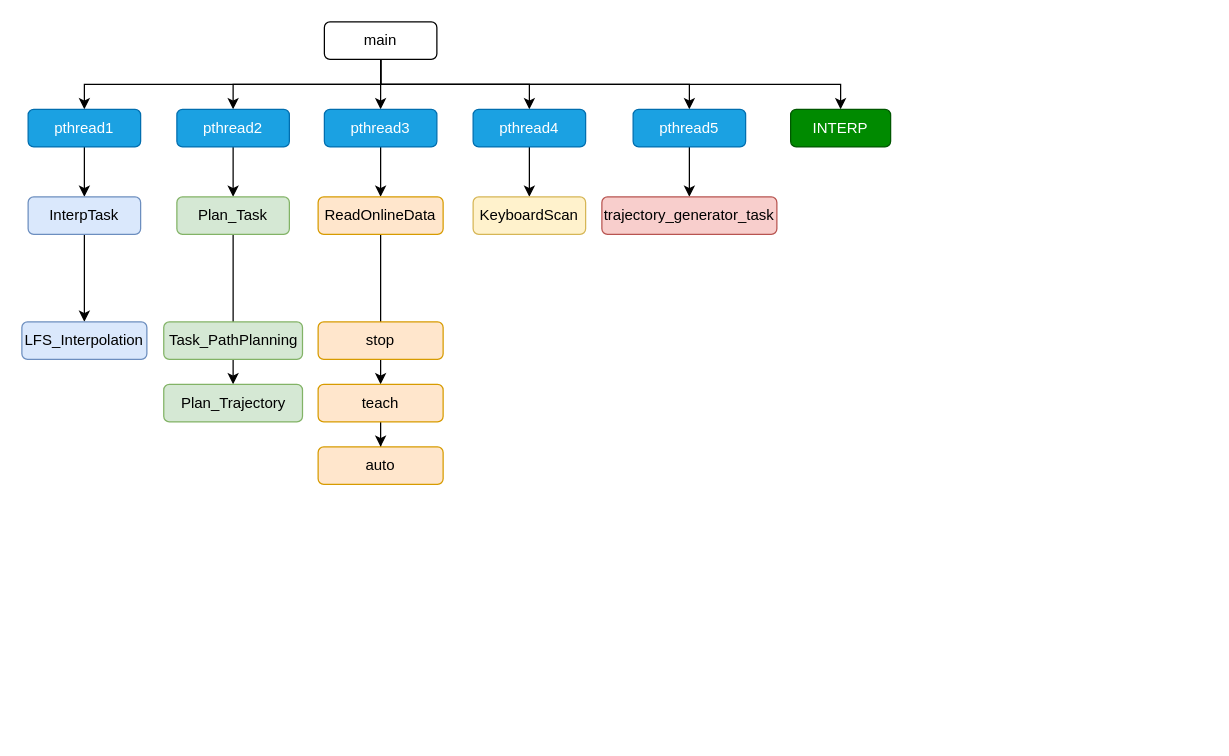
The draw.io diagram AMR  code structure.drawio in yy16808/draoio, before the edit. Source tidied: cells renumbered, new cells numbered last; positions are measured from the earlier drawing's top-left corner, leaving out a move shared by most shapes. Both pictures are drawn from the tidied source at 125%, with x=0, y=0 at pixel (21, 21).
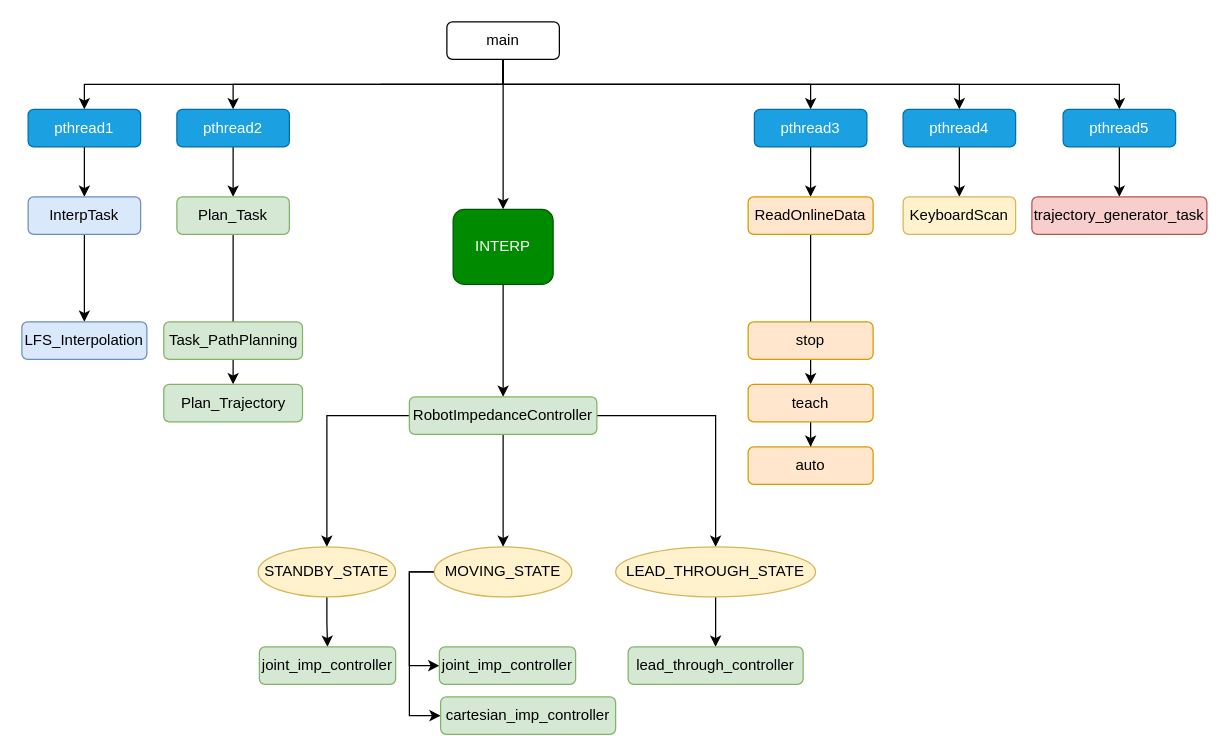
After the change.

Diff of the diagram source:
```diff
@@
     <mxCell id="7" style="edgeStyle=orthogonalEdgeStyle;rounded=0;jettySize=auto;html=1;exitX=0.5;exitY=1;exitDx=0;exitDy=0;entryX=0.5;entryY=0;entryDx=0;entryDy=0;" parent="1" edge="1" source="8" target="34">
       <mxGeometry relative="1" as="geometry">
         <Array as="points">
           <mxPoint x="287" y="50" />
-          <mxPoint x="655" y="50" />
+          <mxPoint x="385" y="50" />
+          <mxPoint x="385" y="70" />
         </Array>
       </mxGeometry>
     </mxCell>
     <mxCell id="8" value="main" style="rounded=1;whiteSpace=wrap;html=1;" parent="1" vertex="1">
-      <mxGeometry x="242" width="90" height="30" as="geometry" />
+      <mxGeometry x="340" width="90" height="30" as="geometry" />
     </mxCell>
@@
     <mxCell id="14" value="pthread3" style="rounded=1;whiteSpace=wrap;html=1;fillColor=#1ba1e2;fontColor=#ffffff;strokeColor=#006EAF;" parent="1" vertex="1">
-      <mxGeometry x="242" y="70" width="90" height="30" as="geometry" />
+      <mxGeometry x="586" y="70" width="90" height="30" as="geometry" />
     </mxCell>
@@
     <mxCell id="16" value="pthread4" style="rounded=1;whiteSpace=wrap;html=1;fillColor=#1ba1e2;fontColor=#ffffff;strokeColor=#006EAF;" parent="1" vertex="1">
-      <mxGeometry x="361" y="70" width="90" height="30" as="geometry" />
+      <mxGeometry x="705" y="70" width="90" height="30" as="geometry" />
     </mxCell>
@@
     <mxCell id="18" value="pthread5" style="rounded=1;whiteSpace=wrap;html=1;fillColor=#1ba1e2;fontColor=#ffffff;strokeColor=#006EAF;" parent="1" vertex="1">
-      <mxGeometry x="489" y="70" width="90" height="30" as="geometry" />
+      <mxGeometry x="833" y="70" width="90" height="30" as="geometry" />
     </mxCell>
@@
     <mxCell id="24" value="ReadOnlineData" style="rounded=1;whiteSpace=wrap;html=1;fillColor=#ffe6cc;strokeColor=#d79b00;" parent="1" vertex="1">
-      <mxGeometry x="237" y="140" width="100" height="30" as="geometry" />
+      <mxGeometry x="581" y="140" width="100" height="30" as="geometry" />
     </mxCell>
     <mxCell id="25" value="KeyboardScan" style="rounded=1;whiteSpace=wrap;html=1;fillColor=#fff2cc;strokeColor=#d6b656;" parent="1" vertex="1">
-      <mxGeometry x="361" y="140" width="90" height="30" as="geometry" />
+      <mxGeometry x="705" y="140" width="90" height="30" as="geometry" />
     </mxCell>
     <mxCell id="26" value="trajectory_generator_task" style="rounded=1;whiteSpace=wrap;html=1;fillColor=#f8cecc;strokeColor=#b85450;" parent="1" vertex="1">
-      <mxGeometry x="464" y="140" width="140" height="30" as="geometry" />
+      <mxGeometry x="808" y="140" width="140" height="30" as="geometry" />
     </mxCell>
@@
     <mxCell id="30" value="stop" style="rounded=1;whiteSpace=wrap;html=1;fillColor=#ffe6cc;strokeColor=#d79b00;" parent="1" vertex="1">
-      <mxGeometry x="237" y="240" width="100" height="30" as="geometry" />
+      <mxGeometry x="581" y="240" width="100" height="30" as="geometry" />
     </mxCell>
@@
     <mxCell id="32" value="teach" style="rounded=1;whiteSpace=wrap;html=1;fillColor=#ffe6cc;strokeColor=#d79b00;" parent="1" vertex="1">
-      <mxGeometry x="237" y="290" width="100" height="30" as="geometry" />
+      <mxGeometry x="581" y="290" width="100" height="30" as="geometry" />
     </mxCell>
     <mxCell id="33" value="auto" style="rounded=1;whiteSpace=wrap;html=1;fillColor=#ffe6cc;strokeColor=#d79b00;" parent="1" vertex="1">
-      <mxGeometry x="237" y="340" width="100" height="30" as="geometry" />
+      <mxGeometry x="581" y="340" width="100" height="30" as="geometry" />
     </mxCell>
+    <mxCell id="35" style="edgeStyle=orthogonalEdgeStyle;rounded=0;jettySize=auto;html=1;exitX=0.5;exitY=1;exitDx=0;exitDy=0;" parent="1" edge="1" source="34" target="39">
+      <mxGeometry relative="1" as="geometry" />
+    </mxCell>
     <mxCell id="34" value="INTERP" style="rounded=1;whiteSpace=wrap;html=1;fillColor=#008a00;strokeColor=#005700;fontColor=#ffffff;" parent="1" vertex="1">
-      <mxGeometry x="615" y="70" width="80" height="30" as="geometry" />
+      <mxGeometry x="345" y="150" width="80" height="60" as="geometry" />
     </mxCell>
+    <mxCell id="36" style="edgeStyle=orthogonalEdgeStyle;rounded=0;jettySize=auto;html=1;entryX=0.5;entryY=0;entryDx=0;entryDy=0;" parent="1" edge="1" source="39" target="41">
+      <mxGeometry relative="1" as="geometry" />
+    </mxCell>
+    <mxCell id="37" style="edgeStyle=orthogonalEdgeStyle;rounded=0;jettySize=auto;html=1;" parent="1" edge="1" source="39" target="44">
+      <mxGeometry relative="1" as="geometry" />
+    </mxCell>
+    <mxCell id="38" style="edgeStyle=orthogonalEdgeStyle;rounded=0;jettySize=auto;html=1;exitX=1;exitY=0.5;exitDx=0;exitDy=0;" parent="1" edge="1" source="39" target="46">
+      <mxGeometry relative="1" as="geometry" />
+    </mxCell>
+    <mxCell id="39" value="RobotImpedanceController" style="rounded=1;whiteSpace=wrap;html=1;fillColor=#d5e8d4;strokeColor=#82b366;" parent="1" vertex="1">
+      <mxGeometry x="310" y="300" width="150" height="30" as="geometry" />
+    </mxCell>
+    <mxCell id="40" style="edgeStyle=orthogonalEdgeStyle;rounded=0;jettySize=auto;html=1;" parent="1" edge="1" source="41" target="47">
+      <mxGeometry relative="1" as="geometry" />
+    </mxCell>
+    <mxCell id="41" value="STANDBY_STATE" style="ellipse;whiteSpace=wrap;html=1;fillColor=#fff2cc;strokeColor=#d6b656;" parent="1" vertex="1">
+      <mxGeometry x="189" y="420" width="110" height="40" as="geometry" />
+    </mxCell>
+    <mxCell id="42" style="edgeStyle=orthogonalEdgeStyle;rounded=0;jettySize=auto;html=1;exitX=0;exitY=0.5;exitDx=0;exitDy=0;entryX=0;entryY=0.5;entryDx=0;entryDy=0;" parent="1" edge="1" source="44" target="49">
+      <mxGeometry relative="1" as="geometry" />
+    </mxCell>
+    <mxCell id="43" style="edgeStyle=orthogonalEdgeStyle;rounded=0;jettySize=auto;html=1;exitX=0;exitY=0.5;exitDx=0;exitDy=0;entryX=0;entryY=0.5;entryDx=0;entryDy=0;" parent="1" edge="1" source="44" target="48">
+      <mxGeometry relative="1" as="geometry" />
+    </mxCell>
+    <mxCell id="44" value="MOVING_STATE" style="ellipse;whiteSpace=wrap;html=1;fillColor=#fff2cc;strokeColor=#d6b656;" parent="1" vertex="1">
+      <mxGeometry x="330" y="420" width="110" height="40" as="geometry" />
+    </mxCell>
+    <mxCell id="45" style="edgeStyle=orthogonalEdgeStyle;rounded=0;jettySize=auto;html=1;" parent="1" edge="1" source="46" target="50">
+      <mxGeometry relative="1" as="geometry" />
+    </mxCell>
+    <mxCell id="46" value="LEAD_THROUGH_STATE" style="ellipse;whiteSpace=wrap;html=1;fillColor=#fff2cc;strokeColor=#d6b656;" parent="1" vertex="1">
+      <mxGeometry x="475" y="420" width="160" height="40" as="geometry" />
+    </mxCell>
+    <mxCell id="47" value="joint_imp_controller" style="rounded=1;whiteSpace=wrap;html=1;fillColor=#d5e8d4;strokeColor=#82b366;" parent="1" vertex="1">
+      <mxGeometry x="190" y="500" width="109" height="30" as="geometry" />
+    </mxCell>
+    <mxCell id="48" value="joint_imp_controller" style="rounded=1;whiteSpace=wrap;html=1;fillColor=#d5e8d4;strokeColor=#82b366;" parent="1" vertex="1">
+      <mxGeometry x="334" y="500" width="109" height="30" as="geometry" />
+    </mxCell>
+    <mxCell id="49" value="cartesian_imp_controller" style="rounded=1;whiteSpace=wrap;html=1;fillColor=#d5e8d4;strokeColor=#82b366;" parent="1" vertex="1">
+      <mxGeometry x="335" y="540" width="140" height="30" as="geometry" />
+    </mxCell>
+    <mxCell id="50" value="lead_through_controller" style="rounded=1;whiteSpace=wrap;html=1;fillColor=#d5e8d4;strokeColor=#82b366;" parent="1" vertex="1">
+      <mxGeometry x="485" y="500" width="140" height="30" as="geometry" />
+    </mxCell>
```
